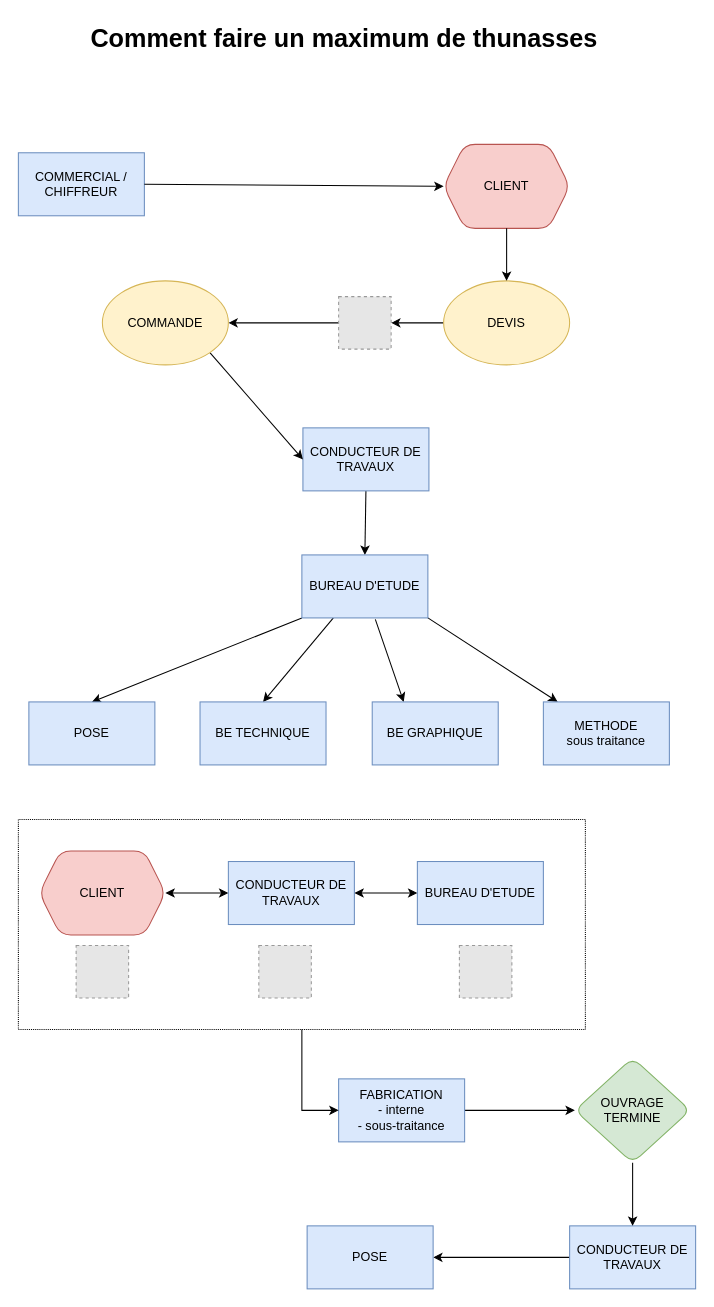
Before: app.drawio in Kajjabe/TEST, a draw.io diagram. Source tidied: cells renumbered, new cells numbered last; positions are measured from the earlier drawing's top-left corner, leaving out a move shared by most shapes. Both pictures are drawn from the tidied source at 105%, with x=0, y=0 at pixel (18, 18). Pictures stored in the file or linked from it are replaced by grey dashed boxes.
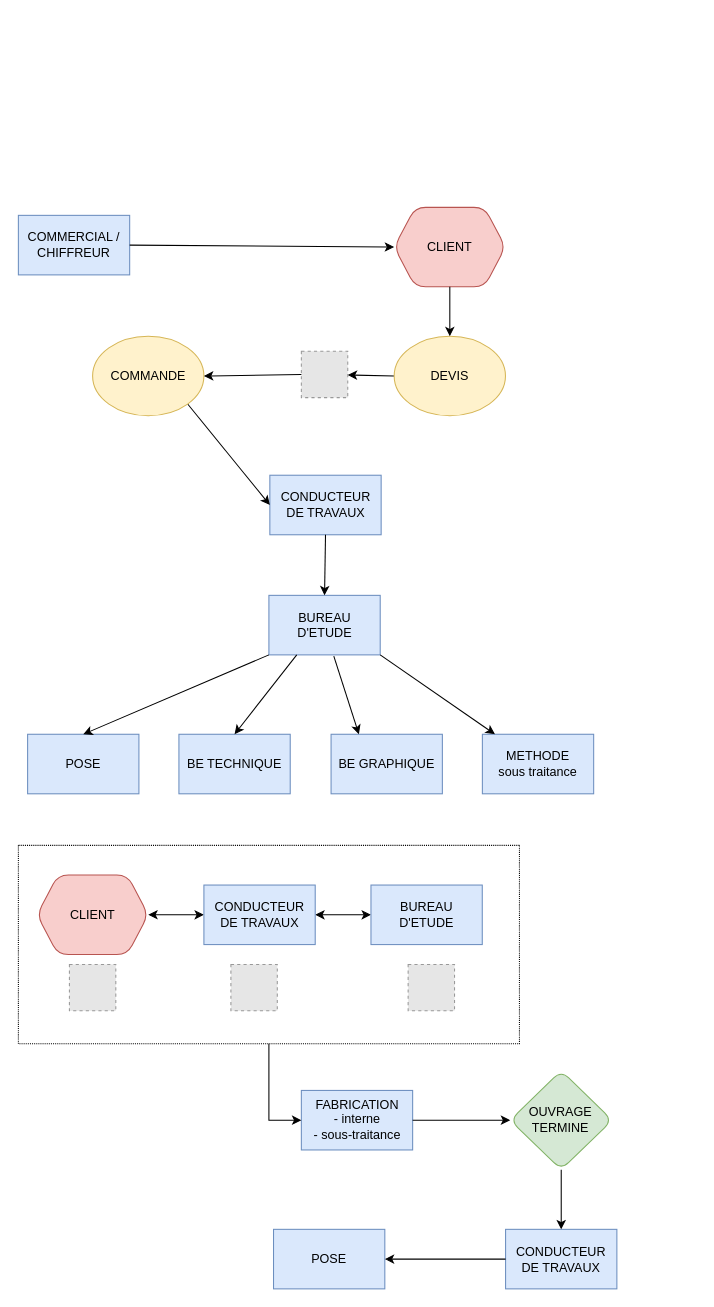
After the change.

Commit message:
Mettre à jour app.drawio

Change to the diagram source:
```diff
@@
+    <mxCell id="41" style="group;" parent="1" vertex="1">
+      <mxGeometry y="180" width="570" height="1030" as="geometry" />
+    </mxCell>
-    <mxCell id="2" value="COMMERCIAL / CHIFFREUR" style="rounded=0;whiteSpace=wrap;html=1;fillColor=#dae8fc;strokeColor=#6c8ebf;" parent="1" vertex="1">
-      <mxGeometry y="128" width="120" height="60" as="geometry" />
+    <mxCell id="2" value="COMMERCIAL / CHIFFREUR" style="rounded=0;whiteSpace=wrap;html=1;fillColor=#dae8fc;strokeColor=#6c8ebf;" parent="41" vertex="1">
+      <mxGeometry y="7.6" width="106" height="56.7" as="geometry" />
     </mxCell>
-    <mxCell id="3" style="rounded=0;jettySize=auto;html=1;exitX=0;exitY=0.5;exitDx=0;exitDy=0;entryX=1;entryY=0.5;entryDx=0;entryDy=0;" parent="1" edge="1" source="4" target="14">
-      <mxGeometry relative="1" as="geometry" />
-    </mxCell>
-    <mxCell id="4" style="fillColor=#E6E6E6;strokeColor=#999999;dashed=1;html=1;verticalAlign=top;verticalLabelPosition=bottom;labelBackgroundColor=#ffffff;" parent="1" vertex="1">
-      <mxGeometry x="305" y="265" width="50" height="50" as="geometry" />
+    <mxCell id="4" style="fillColor=#E6E6E6;strokeColor=#999999;dashed=1;html=1;verticalAlign=top;verticalLabelPosition=bottom;labelBackgroundColor=#ffffff;" parent="41" vertex="1">
+      <mxGeometry x="269.5" y="137" width="44.2" height="44.2" as="geometry" />
     </mxCell>
+    <mxCell id="6" value="CONDUCTEUR DE TRAVAUX" style="rounded=0;whiteSpace=wrap;html=1;fillColor=#dae8fc;strokeColor=#6c8ebf;" parent="41" vertex="1">
+      <mxGeometry x="239.5" y="255.1" width="106" height="56.7" as="geometry" />
+    </mxCell>
+    <mxCell id="11" value="BUREAU D'ETUDE" style="rounded=0;whiteSpace=wrap;html=1;fillColor=#dae8fc;strokeColor=#6c8ebf;" parent="41" vertex="1">
+      <mxGeometry x="238.6" y="369.5" width="106" height="56.7" as="geometry" />
+    </mxCell>
-    <mxCell id="5" style="edgeStyle=none;rounded=0;jettySize=auto;html=1;exitX=0.5;exitY=1;exitDx=0;exitDy=0;entryX=0.5;entryY=0;entryDx=0;entryDy=0;startArrow=none;startFill=0;endArrow=classic;endFill=1;" parent="1" edge="1" source="6" target="11">
+    <mxCell id="5" style="edgeStyle=none;rounded=0;jettySize=auto;html=1;exitX=0.5;exitY=1;exitDx=0;exitDy=0;entryX=0.5;entryY=0;entryDx=0;entryDy=0;startArrow=none;startFill=0;endArrow=classic;endFill=1;" parent="41" edge="1" source="6" target="11">
       <mxGeometry relative="1" as="geometry" />
     </mxCell>
-    <mxCell id="6" value="CONDUCTEUR DE TRAVAUX" style="rounded=0;whiteSpace=wrap;html=1;fillColor=#dae8fc;strokeColor=#6c8ebf;" parent="1" vertex="1">
-      <mxGeometry x="271" y="390" width="120" height="60" as="geometry" />
-    </mxCell>
+    <mxCell id="12" value="POSE" style="rounded=0;whiteSpace=wrap;html=1;fillColor=#dae8fc;strokeColor=#6c8ebf;" parent="41" vertex="1">
+      <mxGeometry x="8.8" y="501.8" width="106" height="56.7" as="geometry" />
+    </mxCell>
-    <mxCell id="7" style="rounded=0;jettySize=auto;html=1;exitX=0;exitY=1;exitDx=0;exitDy=0;entryX=0.5;entryY=0;entryDx=0;entryDy=0;" parent="1" edge="1" source="11" target="12">
+    <mxCell id="7" style="rounded=0;jettySize=auto;html=1;exitX=0;exitY=1;exitDx=0;exitDy=0;entryX=0.5;entryY=0;entryDx=0;entryDy=0;" parent="41" edge="1" source="11" target="12">
       <mxGeometry relative="1" as="geometry" />
     </mxCell>
-    <mxCell id="8" style="rounded=0;jettySize=auto;html=1;exitX=0.25;exitY=1;exitDx=0;exitDy=0;entryX=0.5;entryY=0;entryDx=0;entryDy=0;" parent="1" edge="1" source="11" target="18">
-      <mxGeometry relative="1" as="geometry" />
-    </mxCell>
-    <mxCell id="9" style="rounded=0;jettySize=auto;html=1;exitX=0.583;exitY=1.022;exitDx=0;exitDy=0;entryX=0.25;entryY=0;entryDx=0;entryDy=0;exitPerimeter=0;" parent="1" edge="1" source="11" target="19">
-      <mxGeometry relative="1" as="geometry" />
-    </mxCell>
-    <mxCell id="10" style="rounded=0;jettySize=auto;html=1;exitX=1;exitY=1;exitDx=0;exitDy=0;" parent="1" edge="1" source="11" target="20">
-      <mxGeometry relative="1" as="geometry" />
-    </mxCell>
-    <mxCell id="11" value="BUREAU D'ETUDE" style="rounded=0;whiteSpace=wrap;html=1;fillColor=#dae8fc;strokeColor=#6c8ebf;" parent="1" vertex="1">
-      <mxGeometry x="270" y="511" width="120" height="60" as="geometry" />
-    </mxCell>
-    <mxCell id="12" value="POSE" style="rounded=0;whiteSpace=wrap;html=1;fillColor=#dae8fc;strokeColor=#6c8ebf;" parent="1" vertex="1">
-      <mxGeometry x="10" y="651" width="120" height="60" as="geometry" />
-    </mxCell>
-    <mxCell id="13" style="rounded=0;jettySize=auto;html=1;exitX=1;exitY=1;exitDx=0;exitDy=0;entryX=0;entryY=0.5;entryDx=0;entryDy=0;" parent="1" edge="1" source="14" target="6">
+    <mxCell id="13" style="rounded=0;jettySize=auto;html=1;exitX=1;exitY=1;exitDx=0;exitDy=0;entryX=0;entryY=0.5;entryDx=0;entryDy=0;" parent="41" edge="1" source="14" target="6">
       <mxGeometry relative="1" as="geometry" />
     </mxCell>
-    <mxCell id="14" value="COMMANDE" style="ellipse;whiteSpace=wrap;html=1;rounded=1;glass=0;labelBorderColor=none;fillColor=#fff2cc;strokeColor=#d6b656;" parent="1" vertex="1">
-      <mxGeometry x="80" y="250" width="120" height="80" as="geometry" />
+    <mxCell id="14" value="COMMANDE" style="ellipse;whiteSpace=wrap;html=1;rounded=1;glass=0;labelBorderColor=none;fillColor=#fff2cc;strokeColor=#d6b656;" parent="41" vertex="1">
+      <mxGeometry x="70.7" y="122.8" width="106" height="75.6" as="geometry" />
     </mxCell>
+    <mxCell id="3" style="rounded=0;jettySize=auto;html=1;exitX=0;exitY=0.5;exitDx=0;exitDy=0;entryX=1;entryY=0.5;entryDx=0;entryDy=0;" parent="41" edge="1" source="4" target="14">
+      <mxGeometry relative="1" as="geometry" />
+    </mxCell>
-    <mxCell id="15" style="rounded=0;jettySize=auto;html=1;exitX=0;exitY=0.5;exitDx=0;exitDy=0;" parent="1" edge="1" source="16" target="4">
+    <mxCell id="15" style="rounded=0;jettySize=auto;html=1;exitX=0;exitY=0.5;exitDx=0;exitDy=0;" parent="41" edge="1" source="16" target="4">
       <mxGeometry relative="1" as="geometry" />
     </mxCell>
-    <mxCell id="16" value="DEVIS" style="ellipse;whiteSpace=wrap;html=1;rounded=1;glass=0;labelBorderColor=none;fillColor=#fff2cc;strokeColor=#d6b656;" parent="1" vertex="1">
-      <mxGeometry x="405" y="250" width="120" height="80" as="geometry" />
+    <mxCell id="16" value="DEVIS" style="ellipse;whiteSpace=wrap;html=1;rounded=1;glass=0;labelBorderColor=none;fillColor=#fff2cc;strokeColor=#d6b656;" parent="41" vertex="1">
+      <mxGeometry x="357.9" y="122.8" width="106" height="75.6" as="geometry" />
     </mxCell>
-    <mxCell id="17" value="CLIENT" style="shape=hexagon;perimeter=hexagonPerimeter2;whiteSpace=wrap;html=1;fixedSize=1;rounded=1;glass=0;labelBorderColor=none;fillColor=#f8cecc;strokeColor=#b85450;" parent="1" vertex="1">
-      <mxGeometry x="405" y="120" width="120" height="80" as="geometry" />
+    <mxCell id="17" value="CLIENT" style="shape=hexagon;perimeter=hexagonPerimeter2;whiteSpace=wrap;html=1;fixedSize=1;rounded=1;glass=0;labelBorderColor=none;fillColor=#f8cecc;strokeColor=#b85450;" parent="41" vertex="1">
+      <mxGeometry x="357.9" width="106" height="75.6" as="geometry" />
     </mxCell>
-    <mxCell id="18" value="BE TECHNIQUE" style="rounded=0;whiteSpace=wrap;html=1;fillColor=#dae8fc;strokeColor=#6c8ebf;" parent="1" vertex="1">
-      <mxGeometry x="173" y="651" width="120" height="60" as="geometry" />
+    <mxCell id="18" value="BE TECHNIQUE" style="rounded=0;whiteSpace=wrap;html=1;fillColor=#dae8fc;strokeColor=#6c8ebf;" parent="41" vertex="1">
+      <mxGeometry x="152.9" y="501.8" width="106" height="56.7" as="geometry" />
     </mxCell>
+    <mxCell id="8" style="rounded=0;jettySize=auto;html=1;exitX=0.25;exitY=1;exitDx=0;exitDy=0;entryX=0.5;entryY=0;entryDx=0;entryDy=0;" parent="41" edge="1" source="11" target="18">
+      <mxGeometry relative="1" as="geometry" />
+    </mxCell>
-    <mxCell id="19" value="BE GRAPHIQUE" style="rounded=0;whiteSpace=wrap;html=1;fillColor=#dae8fc;strokeColor=#6c8ebf;" parent="1" vertex="1">
-      <mxGeometry x="337" y="651" width="120" height="60" as="geometry" />
+    <mxCell id="19" value="BE GRAPHIQUE" style="rounded=0;whiteSpace=wrap;html=1;fillColor=#dae8fc;strokeColor=#6c8ebf;" parent="41" vertex="1">
+      <mxGeometry x="297.8" y="501.8" width="106" height="56.7" as="geometry" />
     </mxCell>
-    <mxCell id="20" value="METHODE &lt;br&gt;sous traitance" style="rounded=0;whiteSpace=wrap;html=1;fillColor=#dae8fc;strokeColor=#6c8ebf;" parent="1" vertex="1">
-      <mxGeometry x="500" y="651" width="120" height="60" as="geometry" />
+    <mxCell id="20" value="METHODE &lt;br&gt;sous traitance" style="rounded=0;whiteSpace=wrap;html=1;fillColor=#dae8fc;strokeColor=#6c8ebf;" parent="41" vertex="1">
+      <mxGeometry x="441.9" y="501.8" width="106" height="56.7" as="geometry" />
     </mxCell>
-    <mxCell id="21" style="swimlane;startSize=0;rounded=1;glass=0;labelBorderColor=none;html=0;dashed=1;dashPattern=1 1;" parent="1" vertex="1">
-      <mxGeometry y="763" width="540" height="200" as="geometry" />
+    <mxCell id="21" style="swimlane;startSize=0;rounded=1;glass=0;labelBorderColor=none;html=0;dashed=1;dashPattern=1 1;" parent="41" vertex="1">
+      <mxGeometry y="607.6" width="477.2" height="189" as="geometry" />
     </mxCell>
     <mxCell id="22" value="CLIENT" style="shape=hexagon;perimeter=hexagonPerimeter2;whiteSpace=wrap;html=1;fixedSize=1;rounded=1;glass=0;labelBorderColor=none;fillColor=#f8cecc;strokeColor=#b85450;" parent="21" vertex="1">
-      <mxGeometry x="20" y="30" width="120" height="80" as="geometry" />
+      <mxGeometry x="17.7" y="28.3" width="106" height="75.6" as="geometry" />
     </mxCell>
@@
     <mxCell id="25" value="CONDUCTEUR DE TRAVAUX" style="rounded=0;whiteSpace=wrap;html=1;fillColor=#dae8fc;strokeColor=#6c8ebf;" parent="21" vertex="1">
-      <mxGeometry x="200" y="40" width="120" height="60" as="geometry" />
+      <mxGeometry x="176.7" y="37.8" width="106" height="56.7" as="geometry" />
     </mxCell>
     <mxCell id="26" value="BUREAU D'ETUDE" style="rounded=0;whiteSpace=wrap;html=1;fillColor=#dae8fc;strokeColor=#6c8ebf;" parent="21" vertex="1">
-      <mxGeometry x="380" y="40" width="120" height="60" as="geometry" />
+      <mxGeometry x="335.8" y="37.8" width="106" height="56.7" as="geometry" />
     </mxCell>
     <mxCell id="27" style="fillColor=#E6E6E6;strokeColor=#999999;dashed=1;html=1;verticalAlign=top;verticalLabelPosition=bottom;labelBackgroundColor=#ffffff;" parent="21" vertex="1">
-      <mxGeometry x="55" y="120" width="50" height="50" as="geometry" />
+      <mxGeometry x="48.6" y="113.4" width="44.2" height="44.2" as="geometry" />
     </mxCell>
     <mxCell id="28" style="fillColor=#E6E6E6;strokeColor=#999999;dashed=1;html=1;verticalAlign=top;verticalLabelPosition=bottom;labelBackgroundColor=#ffffff;" parent="21" vertex="1">
-      <mxGeometry x="229" y="120" width="50" height="50" as="geometry" />
+      <mxGeometry x="202.4" y="113.4" width="44.2" height="44.2" as="geometry" />
     </mxCell>
     <mxCell id="29" style="fillColor=#E6E6E6;strokeColor=#999999;dashed=1;html=1;verticalAlign=top;verticalLabelPosition=bottom;labelBackgroundColor=#ffffff;" parent="21" vertex="1">
-      <mxGeometry x="420" y="120" width="50" height="50" as="geometry" />
+      <mxGeometry x="371.2" y="113.4" width="44.2" height="44.2" as="geometry" />
     </mxCell>
-    <mxCell id="30" style="edgeStyle=none;rounded=0;jettySize=auto;html=1;exitX=0;exitY=0.5;exitDx=0;exitDy=0;entryX=1;entryY=0.5;entryDx=0;entryDy=0;startArrow=none;startFill=0;endArrow=classic;endFill=1;" parent="1" edge="1" source="31" target="32">
-      <mxGeometry relative="1" as="geometry" />
-    </mxCell>
-    <mxCell id="31" value="CONDUCTEUR DE TRAVAUX" style="rounded=0;whiteSpace=wrap;html=1;fillColor=#dae8fc;strokeColor=#6c8ebf;" parent="1" vertex="1">
-      <mxGeometry x="525" y="1150" width="120" height="60" as="geometry" />
+    <mxCell id="31" value="CONDUCTEUR DE TRAVAUX" style="rounded=0;whiteSpace=wrap;html=1;fillColor=#dae8fc;strokeColor=#6c8ebf;" parent="41" vertex="1">
+      <mxGeometry x="464" y="973.3" width="106" height="56.7" as="geometry" />
     </mxCell>
+    <mxCell id="9" style="rounded=0;jettySize=auto;html=1;exitX=0.583;exitY=1.022;exitDx=0;exitDy=0;entryX=0.25;entryY=0;entryDx=0;entryDy=0;exitPerimeter=0;" parent="41" edge="1" source="11" target="19">
+      <mxGeometry relative="1" as="geometry" />
+    </mxCell>
-    <mxCell id="32" value="POSE" style="rounded=0;whiteSpace=wrap;html=1;fillColor=#dae8fc;strokeColor=#6c8ebf;" parent="1" vertex="1">
-      <mxGeometry x="275" y="1150" width="120" height="60" as="geometry" />
+    <mxCell id="32" value="POSE" style="rounded=0;whiteSpace=wrap;html=1;fillColor=#dae8fc;strokeColor=#6c8ebf;" parent="41" vertex="1">
+      <mxGeometry x="243" y="973.3" width="106" height="56.7" as="geometry" />
     </mxCell>
-    <mxCell id="33" style="edgeStyle=none;rounded=0;jettySize=auto;html=1;exitX=1;exitY=0.5;exitDx=0;exitDy=0;entryX=0;entryY=0.5;entryDx=0;entryDy=0;startArrow=none;startFill=0;endArrow=classic;endFill=1;" parent="1" edge="1" source="34" target="36">
-      <mxGeometry relative="1" as="geometry" />
-    </mxCell>
-    <mxCell id="34" value="FABRICATION&lt;br&gt;- interne&lt;br&gt;- sous-traitance" style="rounded=0;whiteSpace=wrap;html=1;fillColor=#dae8fc;strokeColor=#6c8ebf;" parent="1" vertex="1">
-      <mxGeometry x="305" y="1010" width="120" height="60" as="geometry" />
+    <mxCell id="34" value="FABRICATION&lt;br&gt;- interne&lt;br&gt;- sous-traitance" style="rounded=0;whiteSpace=wrap;html=1;fillColor=#dae8fc;strokeColor=#6c8ebf;" parent="41" vertex="1">
+      <mxGeometry x="269.5" y="841" width="106" height="56.7" as="geometry" />
     </mxCell>
+    <mxCell id="10" style="rounded=0;jettySize=auto;html=1;exitX=1;exitY=1;exitDx=0;exitDy=0;" parent="41" edge="1" source="11" target="20">
+      <mxGeometry relative="1" as="geometry" />
+    </mxCell>
-    <mxCell id="35" style="edgeStyle=none;rounded=0;jettySize=auto;html=1;exitX=0.5;exitY=1;exitDx=0;exitDy=0;entryX=0.5;entryY=0;entryDx=0;entryDy=0;startArrow=none;startFill=0;endArrow=classic;endFill=1;" parent="1" edge="1" source="36" target="31">
+    <mxCell id="35" style="edgeStyle=none;rounded=0;jettySize=auto;html=1;exitX=0.5;exitY=1;exitDx=0;exitDy=0;entryX=0.5;entryY=0;entryDx=0;entryDy=0;startArrow=none;startFill=0;endArrow=classic;endFill=1;" parent="41" edge="1" source="36" target="31">
       <mxGeometry relative="1" as="geometry" />
     </mxCell>
-    <mxCell id="36" value="OUVRAGE TERMINE" style="rhombus;whiteSpace=wrap;html=1;rounded=1;glass=0;labelBorderColor=none;fillColor=#d5e8d4;strokeColor=#82b366;" parent="1" vertex="1">
-      <mxGeometry x="530" y="990" width="110" height="100" as="geometry" />
+    <mxCell id="36" value="OUVRAGE TERMINE" style="rhombus;whiteSpace=wrap;html=1;rounded=1;glass=0;labelBorderColor=none;fillColor=#d5e8d4;strokeColor=#82b366;" parent="41" vertex="1">
+      <mxGeometry x="468.4" y="822.1" width="97.2" height="94.5" as="geometry" />
     </mxCell>
+    <mxCell id="30" style="edgeStyle=none;rounded=0;jettySize=auto;html=1;exitX=0;exitY=0.5;exitDx=0;exitDy=0;entryX=1;entryY=0.5;entryDx=0;entryDy=0;startArrow=none;startFill=0;endArrow=classic;endFill=1;" parent="41" edge="1" source="31" target="32">
+      <mxGeometry relative="1" as="geometry" />
+    </mxCell>
-    <mxCell id="37" style="endArrow=classic;html=1;rounded=0;exitX=1;exitY=0.5;exitDx=0;exitDy=0;entryX=0;entryY=0.5;entryDx=0;entryDy=0;" parent="1" edge="1" source="2" target="17">
+    <mxCell id="37" style="endArrow=classic;html=1;rounded=0;exitX=1;exitY=0.5;exitDx=0;exitDy=0;entryX=0;entryY=0.5;entryDx=0;entryDy=0;" parent="41" edge="1" source="2" target="17">
       <mxGeometry relative="1" as="geometry" />
     </mxCell>
-    <mxCell id="38" style="endArrow=classic;html=1;rounded=0;exitX=0.5;exitY=1;exitDx=0;exitDy=0;entryX=0.5;entryY=0;entryDx=0;entryDy=0;" parent="1" edge="1" source="17" target="16">
+    <mxCell id="38" style="endArrow=classic;html=1;rounded=0;exitX=0.5;exitY=1;exitDx=0;exitDy=0;entryX=0.5;entryY=0;entryDx=0;entryDy=0;" parent="41" edge="1" source="17" target="16">
       <mxGeometry relative="1" as="geometry" />
     </mxCell>
+    <mxCell id="33" style="edgeStyle=none;rounded=0;jettySize=auto;html=1;exitX=1;exitY=0.5;exitDx=0;exitDy=0;entryX=0;entryY=0.5;entryDx=0;entryDy=0;startArrow=none;startFill=0;endArrow=classic;endFill=1;" parent="41" edge="1" source="34" target="36">
+      <mxGeometry relative="1" as="geometry" />
+    </mxCell>
-    <mxCell id="39" style="edgeStyle=segmentEdgeStyle;endArrow=classic;html=1;rounded=0;entryX=0;entryY=0.5;entryDx=0;entryDy=0;" parent="1" edge="1" source="21" target="34">
+    <mxCell id="39" style="edgeStyle=segmentEdgeStyle;endArrow=classic;html=1;rounded=0;entryX=0;entryY=0.5;entryDx=0;entryDy=0;" parent="41" edge="1" source="21" target="34">
       <mxGeometry relative="1" as="geometry">
         <Array as="points">
-          <mxPoint x="270" y="1040" />
+          <mxPoint x="238.6" y="869.4" />
         </Array>
       </mxGeometry>
     </mxCell>
-    <mxCell id="40" value="Comment faire un maximum de thunasses" style="text;html=1;fontSize=24;fontStyle=1;verticalAlign=middle;align=center;rounded=1;glass=0;dashed=1;dashPattern=1 1;labelBorderColor=none;" parent="1" vertex="1">
-      <mxGeometry x="260" width="100" height="40" as="geometry" />
-    </mxCell>
```
